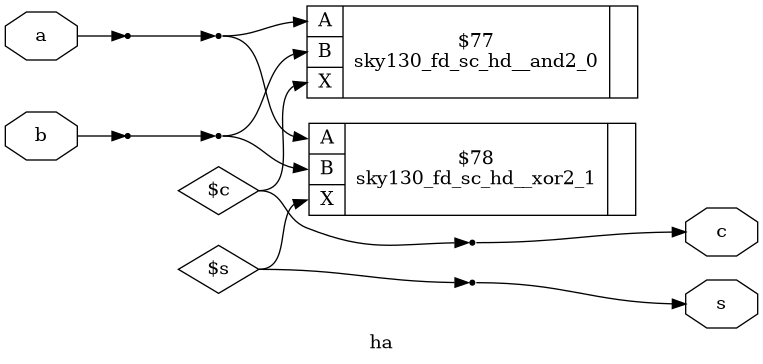
Before: module3/halfadder/schematic.png, a diagram exported from Graphviz (rishitpuligadda/chipcraft-rtl-to-signoff). Its source is kept beside it as module3/halfadder/schematic.dot. Source of this version:
```dot
digraph "ha" {
label="ha";
rankdir="LR";
remincross=true;
n5 [ shape=octagon, label="a", color="black", fontcolor="black"];
n6 [ shape=octagon, label="b", color="black", fontcolor="black"];
n7 [ shape=octagon, label="c", color="black", fontcolor="black"];
n8 [ shape=octagon, label="s", color="black", fontcolor="black"];
c12 [ shape=record, label="{{<p9> A|<p10> B|<p11> X}|$77\nsky130_fd_sc_hd__and2_0|{}}",  ];
c13 [ shape=record, label="{{<p9> A|<p10> B|<p11> X}|$78\nsky130_fd_sc_hd__xor2_1|{}}",  ];
x0 [shape=point, ];
x1 [shape=point, ];
x2 [shape=point, ];
x3 [shape=point, ];
n1 [ shape=point ];
x0:e -> n1:w [color="black", fontcolor="black", label=""];
n1:e -> c12:p9:w [color="black", fontcolor="black", label=""];
n1:e -> c13:p9:w [color="black", fontcolor="black", label=""];
n2 [ shape=point ];
x1:e -> n2:w [color="black", fontcolor="black", label=""];
n2:e -> c12:p10:w [color="black", fontcolor="black", label=""];
n2:e -> c13:p10:w [color="black", fontcolor="black", label=""];
n3 [ shape=diamond, label="$c" ];
n3:e -> c12:p11:w [color="black", fontcolor="black", label=""];
n3:e -> x2:w [color="black", fontcolor="black", label=""];
n4 [ shape=diamond, label="$s" ];
n4:e -> c13:p11:w [color="black", fontcolor="black", label=""];
n4:e -> x3:w [color="black", fontcolor="black", label=""];
n5:e -> x0:w [color="black", fontcolor="black", label=""];
n6:e -> x1:w [color="black", fontcolor="black", label=""];
x2:e -> n7:w [color="black", fontcolor="black", label=""];
x3:e -> n8:w [color="black", fontcolor="black", label=""];
}
```
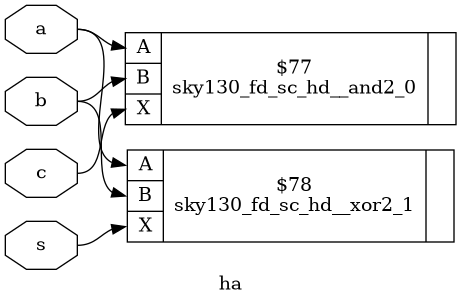
The same file after the commit.

Change to the diagram source:
```diff
@@ -2,32 +2,16 @@
 label="ha";
 rankdir="LR";
 remincross=true;
-n5 [ shape=octagon, label="a", color="black", fontcolor="black"];
-n6 [ shape=octagon, label="b", color="black", fontcolor="black"];
-n7 [ shape=octagon, label="c", color="black", fontcolor="black"];
-n8 [ shape=octagon, label="s", color="black", fontcolor="black"];
-c12 [ shape=record, label="{{<p9> A|<p10> B|<p11> X}|$77\nsky130_fd_sc_hd__and2_0|{}}",  ];
-c13 [ shape=record, label="{{<p9> A|<p10> B|<p11> X}|$78\nsky130_fd_sc_hd__xor2_1|{}}",  ];
-x0 [shape=point, ];
-x1 [shape=point, ];
-x2 [shape=point, ];
-x3 [shape=point, ];
-n1 [ shape=point ];
-x0:e -> n1:w [color="black", fontcolor="black", label=""];
-n1:e -> c12:p9:w [color="black", fontcolor="black", label=""];
-n1:e -> c13:p9:w [color="black", fontcolor="black", label=""];
-n2 [ shape=point ];
-x1:e -> n2:w [color="black", fontcolor="black", label=""];
-n2:e -> c12:p10:w [color="black", fontcolor="black", label=""];
-n2:e -> c13:p10:w [color="black", fontcolor="black", label=""];
-n3 [ shape=diamond, label="$c" ];
-n3:e -> c12:p11:w [color="black", fontcolor="black", label=""];
-n3:e -> x2:w [color="black", fontcolor="black", label=""];
-n4 [ shape=diamond, label="$s" ];
-n4:e -> c13:p11:w [color="black", fontcolor="black", label=""];
-n4:e -> x3:w [color="black", fontcolor="black", label=""];
-n5:e -> x0:w [color="black", fontcolor="black", label=""];
-n6:e -> x1:w [color="black", fontcolor="black", label=""];
-x2:e -> n7:w [color="black", fontcolor="black", label=""];
-x3:e -> n8:w [color="black", fontcolor="black", label=""];
+n1 [ shape=octagon, label="a", color="black", fontcolor="black"];
+n2 [ shape=octagon, label="b", color="black", fontcolor="black"];
+n3 [ shape=octagon, label="c", color="black", fontcolor="black"];
+n4 [ shape=octagon, label="s", color="black", fontcolor="black"];
+c8 [ shape=record, label="{{<p5> A|<p6> B|<p7> X}|$77\nsky130_fd_sc_hd__and2_0|{}}",  ];
+c9 [ shape=record, label="{{<p5> A|<p6> B|<p7> X}|$78\nsky130_fd_sc_hd__xor2_1|{}}",  ];
+n1:e -> c8:p5:w [color="black", fontcolor="black", label=""];
+n1:e -> c9:p5:w [color="black", fontcolor="black", label=""];
+n2:e -> c8:p6:w [color="black", fontcolor="black", label=""];
+n2:e -> c9:p6:w [color="black", fontcolor="black", label=""];
+n3:e -> c8:p7:w [color="black", fontcolor="black", label=""];
+n4:e -> c9:p7:w [color="black", fontcolor="black", label=""];
 }
```
